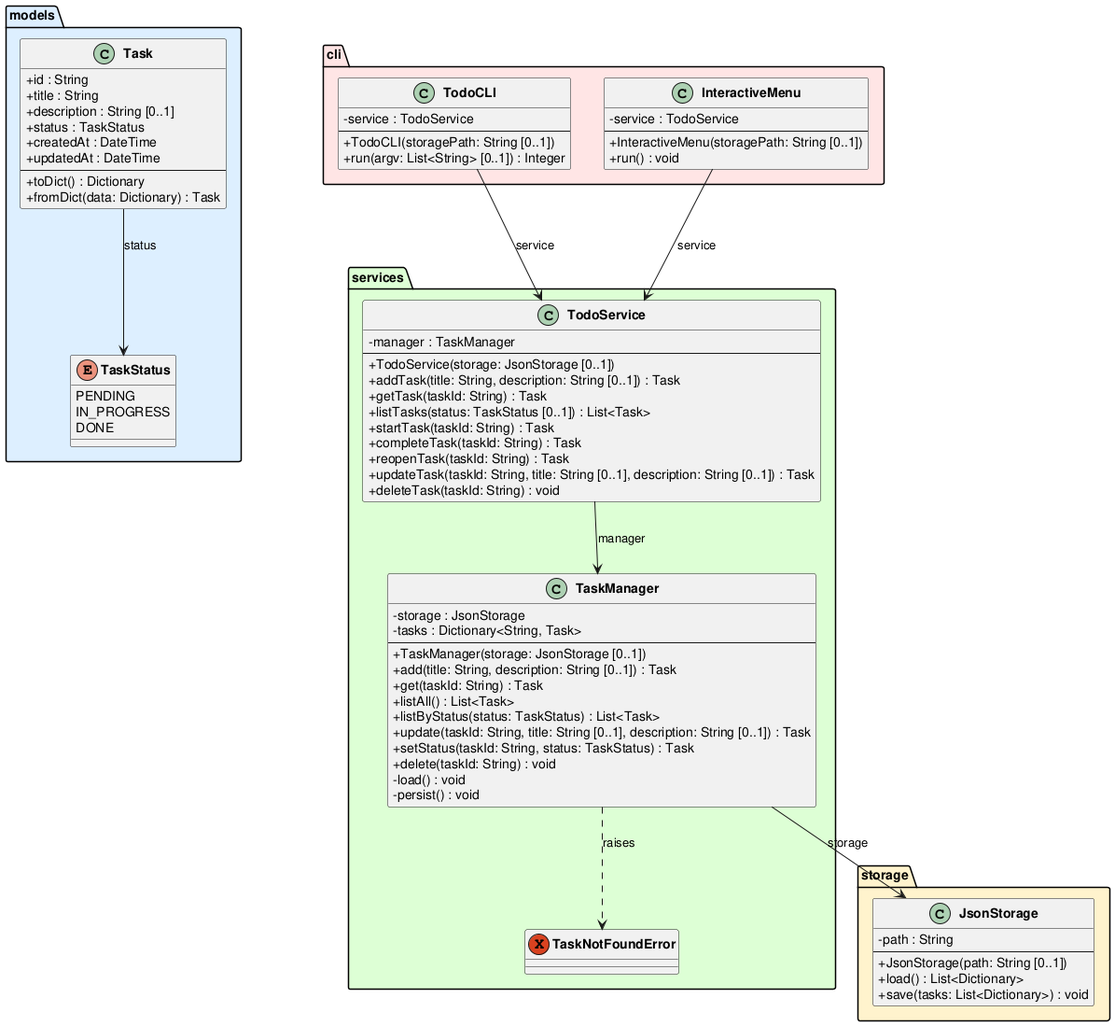
Before: experiments/pipeline/test_driven/TODO/artifacts/class_diagram.png, a diagram exported from PlantUML (DanielRiha8906/Software_autoevolution_using_agents).
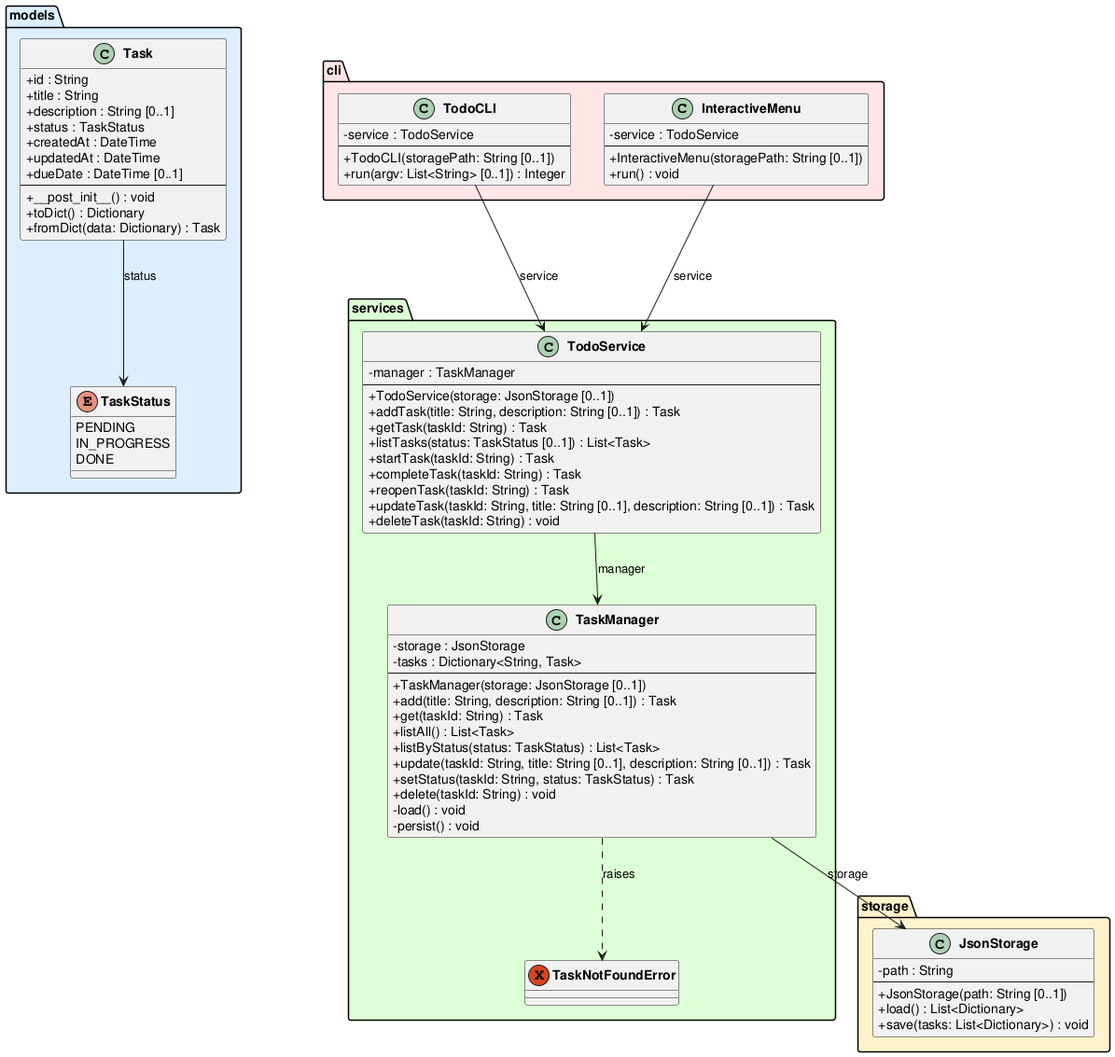
The same file after the commit.

The edit, as a diff of the source:
```diff
@@ -17,7 +17,9 @@
         +status : TaskStatus
         +createdAt : DateTime
         +updatedAt : DateTime
+        +dueDate : DateTime [0..1]
         --
+        +__post_init__() : void
         +toDict() : Dictionary
         +fromDict(data: Dictionary) : Task
     }
```
